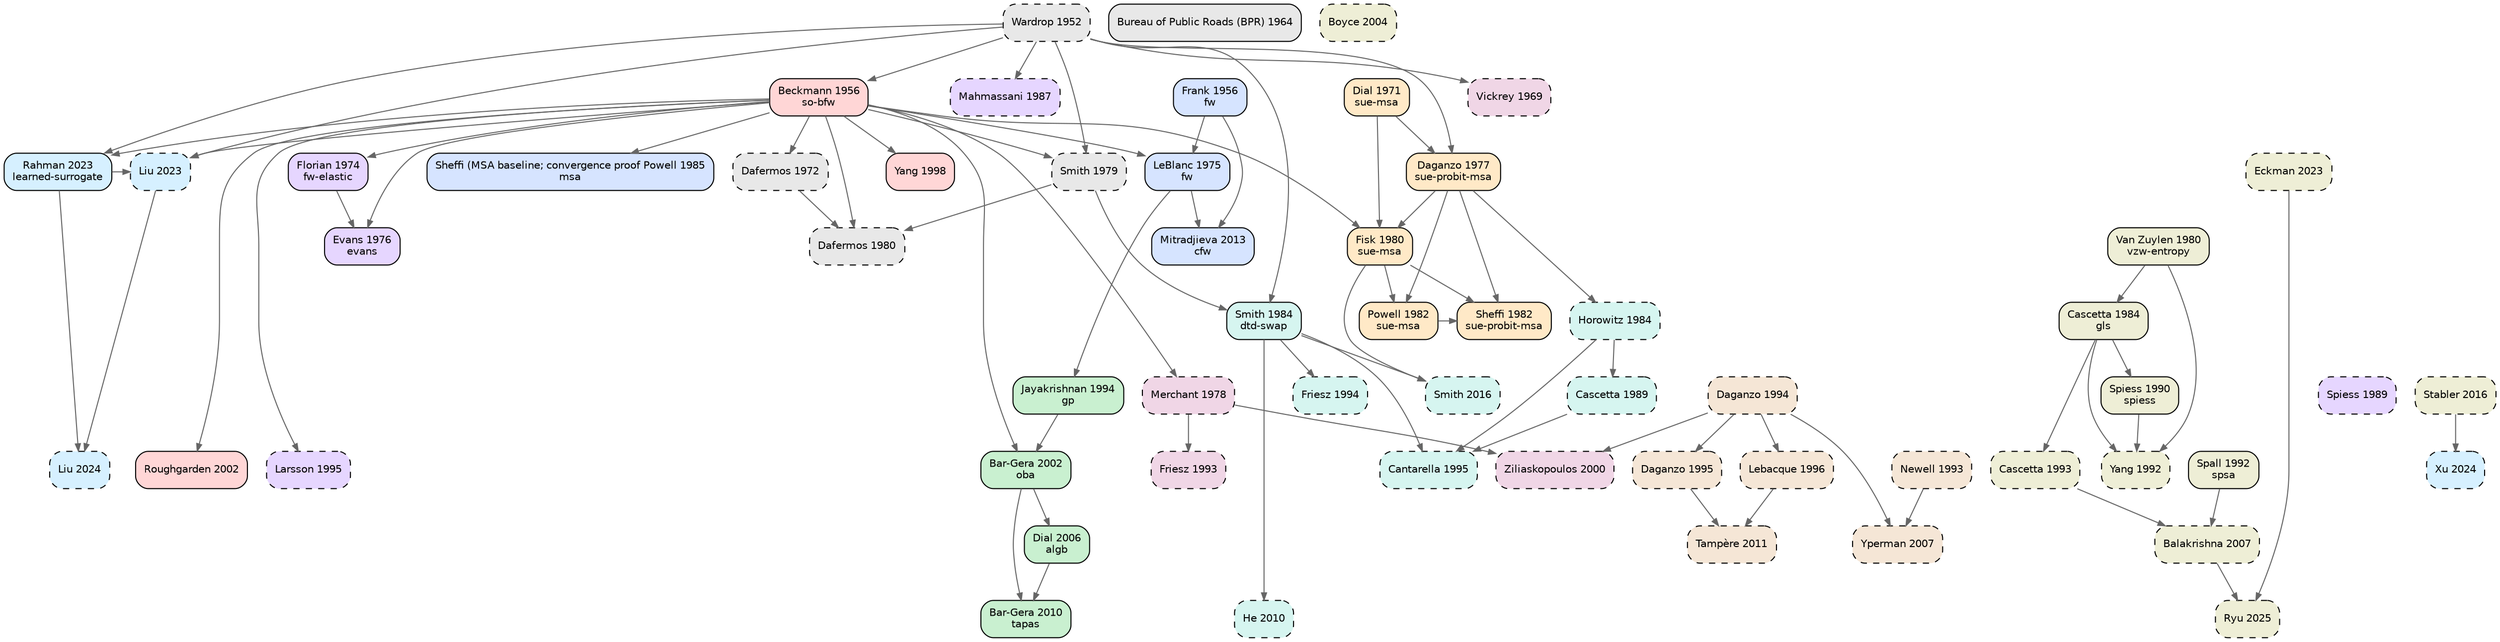
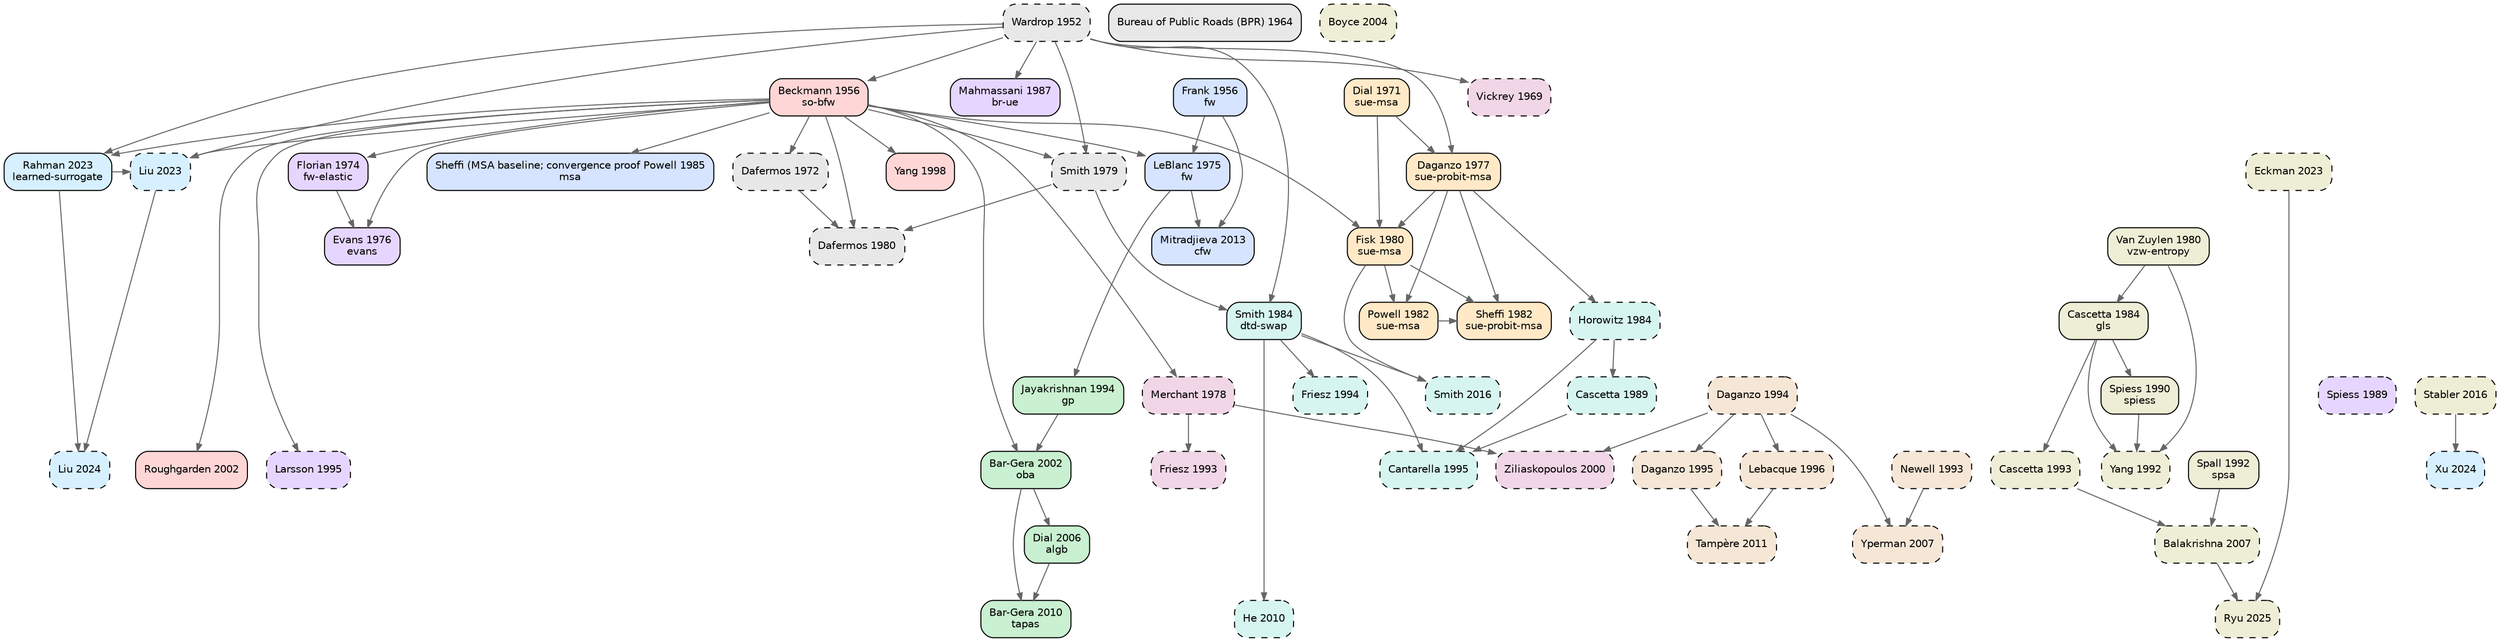
digraph TA_evolution {
  rankdir=TB; node [shape=box,style="rounded,filled",fontname="Helvetica",fontsize=10];
  edge [color="#666666",arrowsize=0.7];
  { rank=same; "wardrop1952some" }
  { rank=same; "frank1956algorithm" "beckmann1956studies" }
  { rank=same; "bpr1964traffic" }
  { rank=same; "vickrey1969congestion" }
  { rank=same; "dial1971probabilistic" }
  { rank=same; "dafermos1972traffic" }
  { rank=same; "florian1974method" }
  { rank=same; "leblanc1975efficient" }
  { rank=same; "evans1976derivation" }
  { rank=same; "daganzo1977stochastic" }
  { rank=same; "merchant1978model" }
  { rank=same; "smith1979existence" }
  { rank=same; "dafermos1980traffic" "fisk1980some" "vanzuylen1980most" }
  { rank=same; "powell1982convergence" "sheffi1982algorithm" }
  { rank=same; "horowitz1984stability" "smith1984stability" "cascetta1984estimation" }
  { rank=same; "sheffi1985urban" }
  { rank=same; "mahmassani1987on" }
  { rank=same; "spiess1989optimal" "cascetta1989stochastic" }
  { rank=same; "spiess1990gradient" }
  { rank=same; "spall1992multivariate" "yang1992estimation" }
  { rank=same; "newell1993simplified" "friesz1993variational" "cascetta1993dynamic" }
  { rank=same; "jayakrishnan1994faster" "friesz1994daytoday" "daganzo1994cell" }
  { rank=same; "larsson1995augmented" "cantarella1995dynamic" "daganzo1995cell" }
  { rank=same; "lebacque1996godunov" }
  { rank=same; "yang1998principle" }
  { rank=same; "ziliaskopoulos2000linear" }
  { rank=same; "bargera2002origin" "roughgarden2002how" }
  { rank=same; "boyce2004convergence" }
  { rank=same; "dial2006path" }
  { rank=same; "yperman2007link" "balakrishna2007offline" }
  { rank=same; "bargera2010traffic" "he2010linkbased" }
  { rank=same; "tampere2011generic" }
  { rank=same; "mitradjieva2013stiff" }
  { rank=same; "smith2016routeswapping" "stabler2016transportation" }
  { rank=same; "liu2023end" "rahman2023data" "eckman2023simopt" }
  { rank=same; "liu2024end" "xu2024unified" }
  { rank=same; "ryu2025bo4mob" }
  "wardrop1952some" [label="Wardrop 1952\n",fillcolor="#e8e8e8",style="rounded,filled,dashed"];
  "bpr1964traffic" [label="Bureau of Public Roads (BPR) 1964\n",fillcolor="#e8e8e8",style="rounded,filled"];
  "dafermos1972traffic" [label="Dafermos 1972\n",fillcolor="#e8e8e8",style="rounded,filled,dashed"];
  "smith1979existence" [label="Smith 1979\n",fillcolor="#e8e8e8",style="rounded,filled,dashed"];
  "dafermos1980traffic" [label="Dafermos 1980\n",fillcolor="#e8e8e8",style="rounded,filled,dashed"];
  "frank1956algorithm" [label="Frank 1956\nfw",fillcolor="#d6e4ff",style="rounded,filled"];
  "leblanc1975efficient" [label="LeBlanc 1975\nfw",fillcolor="#d6e4ff",style="rounded,filled"];
  "sheffi1985urban" [label="Sheffi (MSA baseline; convergence proof Powell 1985\nmsa",fillcolor="#d6e4ff",style="rounded,filled"];
  "mitradjieva2013stiff" [label="Mitradjieva 2013\ncfw",fillcolor="#d6e4ff",style="rounded,filled"];
  "jayakrishnan1994faster" [label="Jayakrishnan 1994\ngp",fillcolor="#c9f0d0",style="rounded,filled"];
  "bargera2002origin" [label="Bar-Gera 2002\noba",fillcolor="#c9f0d0",style="rounded,filled"];
  "dial2006path" [label="Dial 2006\nalgb",fillcolor="#c9f0d0",style="rounded,filled"];
  "bargera2010traffic" [label="Bar-Gera 2010\ntapas",fillcolor="#c9f0d0",style="rounded,filled"];
  "dial1971probabilistic" [label="Dial 1971\nsue-msa",fillcolor="#ffe9c7",style="rounded,filled"];
  "daganzo1977stochastic" [label="Daganzo 1977\nsue-probit-msa",fillcolor="#ffe9c7",style="rounded,filled"];
  "fisk1980some" [label="Fisk 1980\nsue-msa",fillcolor="#ffe9c7",style="rounded,filled"];
  "powell1982convergence" [label="Powell 1982\nsue-msa",fillcolor="#ffe9c7",style="rounded,filled"];
  "sheffi1982algorithm" [label="Sheffi 1982\nsue-probit-msa",fillcolor="#ffe9c7",style="rounded,filled"];
  "beckmann1956studies" [label="Beckmann 1956\nso-bfw",fillcolor="#ffd6d6",style="rounded,filled"];
  "yang1998principle" [label="Yang 1998\n",fillcolor="#ffd6d6",style="rounded,filled"];
  "roughgarden2002how" [label="Roughgarden 2002\n",fillcolor="#ffd6d6",style="rounded,filled"];
  "florian1974method" [label="Florian 1974\nfw-elastic",fillcolor="#e6d6ff",style="rounded,filled"];
  "evans1976derivation" [label="Evans 1976\nevans",fillcolor="#e6d6ff",style="rounded,filled"];
-   "mahmassani1987on" [label="Mahmassani 1987\n",fillcolor="#e6d6ff",style="rounded,filled,dashed"];
+   "mahmassani1987on" [label="Mahmassani 1987\nbr-ue",fillcolor="#e6d6ff",style="rounded,filled"];
  "spiess1989optimal" [label="Spiess 1989\n",fillcolor="#e6d6ff",style="rounded,filled,dashed"];
  "larsson1995augmented" [label="Larsson 1995\n",fillcolor="#e6d6ff",style="rounded,filled,dashed"];
  "horowitz1984stability" [label="Horowitz 1984\n",fillcolor="#d6f5f0",style="rounded,filled,dashed"];
  "smith1984stability" [label="Smith 1984\ndtd-swap",fillcolor="#d6f5f0",style="rounded,filled"];
  "cascetta1989stochastic" [label="Cascetta 1989\n",fillcolor="#d6f5f0",style="rounded,filled,dashed"];
  "friesz1994daytoday" [label="Friesz 1994\n",fillcolor="#d6f5f0",style="rounded,filled,dashed"];
  "cantarella1995dynamic" [label="Cantarella 1995\n",fillcolor="#d6f5f0",style="rounded,filled,dashed"];
  "he2010linkbased" [label="He 2010\n",fillcolor="#d6f5f0",style="rounded,filled,dashed"];
  "smith2016routeswapping" [label="Smith 2016\n",fillcolor="#d6f5f0",style="rounded,filled,dashed"];
  "newell1993simplified" [label="Newell 1993\n",fillcolor="#f5e6d6",style="rounded,filled,dashed"];
  "daganzo1994cell" [label="Daganzo 1994\n",fillcolor="#f5e6d6",style="rounded,filled,dashed"];
  "daganzo1995cell" [label="Daganzo 1995\n",fillcolor="#f5e6d6",style="rounded,filled,dashed"];
  "lebacque1996godunov" [label="Lebacque 1996\n",fillcolor="#f5e6d6",style="rounded,filled,dashed"];
  "yperman2007link" [label="Yperman 2007\n",fillcolor="#f5e6d6",style="rounded,filled,dashed"];
  "tampere2011generic" [label="Tampère 2011\n",fillcolor="#f5e6d6",style="rounded,filled,dashed"];
  "vickrey1969congestion" [label="Vickrey 1969\n",fillcolor="#f0d6e6",style="rounded,filled,dashed"];
  "merchant1978model" [label="Merchant 1978\n",fillcolor="#f0d6e6",style="rounded,filled,dashed"];
  "friesz1993variational" [label="Friesz 1993\n",fillcolor="#f0d6e6",style="rounded,filled,dashed"];
  "ziliaskopoulos2000linear" [label="Ziliaskopoulos 2000\n",fillcolor="#f0d6e6",style="rounded,filled,dashed"];
  "liu2023end" [label="Liu 2023\n",fillcolor="#d6f0ff",style="rounded,filled,dashed"];
  "rahman2023data" [label="Rahman 2023\nlearned-surrogate",fillcolor="#d6f0ff",style="rounded,filled"];
  "liu2024end" [label="Liu 2024\n",fillcolor="#d6f0ff",style="rounded,filled,dashed"];
  "xu2024unified" [label="Xu 2024\n",fillcolor="#d6f0ff",style="rounded,filled,dashed"];
  "vanzuylen1980most" [label="Van Zuylen 1980\nvzw-entropy",fillcolor="#eeeed6",style="rounded,filled"];
  "cascetta1984estimation" [label="Cascetta 1984\ngls",fillcolor="#eeeed6",style="rounded,filled"];
  "spiess1990gradient" [label="Spiess 1990\nspiess",fillcolor="#eeeed6",style="rounded,filled"];
  "spall1992multivariate" [label="Spall 1992\nspsa",fillcolor="#eeeed6",style="rounded,filled"];
  "yang1992estimation" [label="Yang 1992\n",fillcolor="#eeeed6",style="rounded,filled,dashed"];
  "cascetta1993dynamic" [label="Cascetta 1993\n",fillcolor="#eeeed6",style="rounded,filled,dashed"];
  "boyce2004convergence" [label="Boyce 2004\n",fillcolor="#eeeed6",style="rounded,filled,dashed"];
  "balakrishna2007offline" [label="Balakrishna 2007\n",fillcolor="#eeeed6",style="rounded,filled,dashed"];
  "stabler2016transportation" [label="Stabler 2016\n",fillcolor="#eeeed6",style="rounded,filled,dashed"];
  "eckman2023simopt" [label="Eckman 2023\n",fillcolor="#eeeed6",style="rounded,filled,dashed"];
  "ryu2025bo4mob" [label="Ryu 2025\n",fillcolor="#eeeed6",style="rounded,filled,dashed"];
  "beckmann1956studies" -> "dafermos1972traffic";
  "wardrop1952some" -> "smith1979existence";
  "beckmann1956studies" -> "smith1979existence";
  "smith1979existence" -> "dafermos1980traffic";
  "beckmann1956studies" -> "dafermos1980traffic";
  "dafermos1972traffic" -> "dafermos1980traffic";
  "frank1956algorithm" -> "leblanc1975efficient";
  "beckmann1956studies" -> "leblanc1975efficient";
  "beckmann1956studies" -> "sheffi1985urban";
  "leblanc1975efficient" -> "mitradjieva2013stiff";
  "frank1956algorithm" -> "mitradjieva2013stiff";
  "leblanc1975efficient" -> "jayakrishnan1994faster";
  "jayakrishnan1994faster" -> "bargera2002origin";
  "beckmann1956studies" -> "bargera2002origin";
  "bargera2002origin" -> "dial2006path";
  "dial2006path" -> "bargera2010traffic";
  "bargera2002origin" -> "bargera2010traffic";
  "dial1971probabilistic" -> "daganzo1977stochastic";
  "wardrop1952some" -> "daganzo1977stochastic";
  "daganzo1977stochastic" -> "fisk1980some";
  "dial1971probabilistic" -> "fisk1980some";
  "beckmann1956studies" -> "fisk1980some";
  "fisk1980some" -> "powell1982convergence";
  "daganzo1977stochastic" -> "powell1982convergence";
  "daganzo1977stochastic" -> "sheffi1982algorithm";
  "powell1982convergence" -> "sheffi1982algorithm";
  "fisk1980some" -> "sheffi1982algorithm";
  "wardrop1952some" -> "beckmann1956studies";
  "beckmann1956studies" -> "yang1998principle";
  "beckmann1956studies" -> "roughgarden2002how";
  "beckmann1956studies" -> "florian1974method";
  "beckmann1956studies" -> "evans1976derivation";
  "florian1974method" -> "evans1976derivation";
  "wardrop1952some" -> "mahmassani1987on";
  "beckmann1956studies" -> "larsson1995augmented";
  "daganzo1977stochastic" -> "horowitz1984stability";
  "smith1979existence" -> "smith1984stability";
  "wardrop1952some" -> "smith1984stability";
  "horowitz1984stability" -> "cascetta1989stochastic";
  "smith1984stability" -> "friesz1994daytoday";
  "cascetta1989stochastic" -> "cantarella1995dynamic";
  "smith1984stability" -> "cantarella1995dynamic";
  "horowitz1984stability" -> "cantarella1995dynamic";
  "smith1984stability" -> "he2010linkbased";
  "smith1984stability" -> "smith2016routeswapping";
  "fisk1980some" -> "smith2016routeswapping";
  "daganzo1994cell" -> "daganzo1995cell";
  "daganzo1994cell" -> "lebacque1996godunov";
  "newell1993simplified" -> "yperman2007link";
  "daganzo1994cell" -> "yperman2007link";
  "daganzo1995cell" -> "tampere2011generic";
  "lebacque1996godunov" -> "tampere2011generic";
  "wardrop1952some" -> "vickrey1969congestion";
  "beckmann1956studies" -> "merchant1978model";
  "merchant1978model" -> "friesz1993variational";
  "merchant1978model" -> "ziliaskopoulos2000linear";
  "daganzo1994cell" -> "ziliaskopoulos2000linear";
  "rahman2023data" -> "liu2023end";
  "beckmann1956studies" -> "liu2023end";
  "wardrop1952some" -> "liu2023end";
  "wardrop1952some" -> "rahman2023data";
  "beckmann1956studies" -> "rahman2023data";
  "rahman2023data" -> "liu2024end";
  "liu2023end" -> "liu2024end";
  "stabler2016transportation" -> "xu2024unified";
  "vanzuylen1980most" -> "cascetta1984estimation";
  "cascetta1984estimation" -> "spiess1990gradient";
  "cascetta1984estimation" -> "yang1992estimation";
  "spiess1990gradient" -> "yang1992estimation";
  "vanzuylen1980most" -> "yang1992estimation";
  "cascetta1984estimation" -> "cascetta1993dynamic";
  "spall1992multivariate" -> "balakrishna2007offline";
  "cascetta1993dynamic" -> "balakrishna2007offline";
  "eckman2023simopt" -> "ryu2025bo4mob";
  "balakrishna2007offline" -> "ryu2025bo4mob";
}
